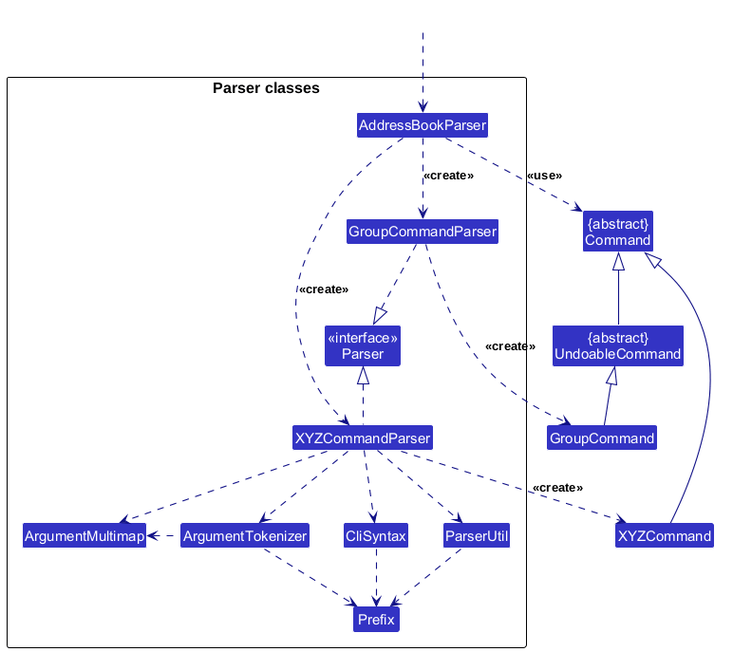
Above: docs/images/ParserClasses.png in AY2627S1-CS2103T-W11-3/tp (PlantUML), before the change. The source it was exported from:
```plantuml
@startuml
!include style.puml
skinparam arrowThickness 1.1
skinparam arrowColor LOGIC_COLOR_T4
skinparam classBackgroundColor LOGIC_COLOR

Class "{abstract}\nCommand" as Command
Class "{abstract}\nUndoableCommand" as UndoableCommand
Class XYZCommand
Class GroupCommand

package "Parser classes"{
Class "<<interface>>\nParser" as Parser
Class AddressBookParser
Class XYZCommandParser
Class GroupCommandParser
Class CliSyntax
Class ParserUtil
Class ArgumentMultimap
Class ArgumentTokenizer
Class Prefix
}

Class HiddenOutside #FFFFFF
HiddenOutside ..> AddressBookParser

AddressBookParser .down.> XYZCommandParser: <<create>>
AddressBookParser ..> GroupCommandParser : <<create>>

XYZCommandParser ..> XYZCommand : <<create>>
GroupCommandParser ..> GroupCommand : <<create>>
AddressBookParser ..> Command : <<use>>
XYZCommandParser .up.|> Parser
GroupCommandParser ..|> Parser
XYZCommandParser ..> ArgumentMultimap
XYZCommandParser ..> ArgumentTokenizer
ArgumentTokenizer .left.> ArgumentMultimap
XYZCommandParser ..> CliSyntax
CliSyntax ..> Prefix
XYZCommandParser ..> ParserUtil
ParserUtil .down.> Prefix
ArgumentTokenizer .down.> Prefix
XYZCommand -up-|> Command
UndoableCommand -up-|> Command
GroupCommand -up-|> UndoableCommand
@enduml
```
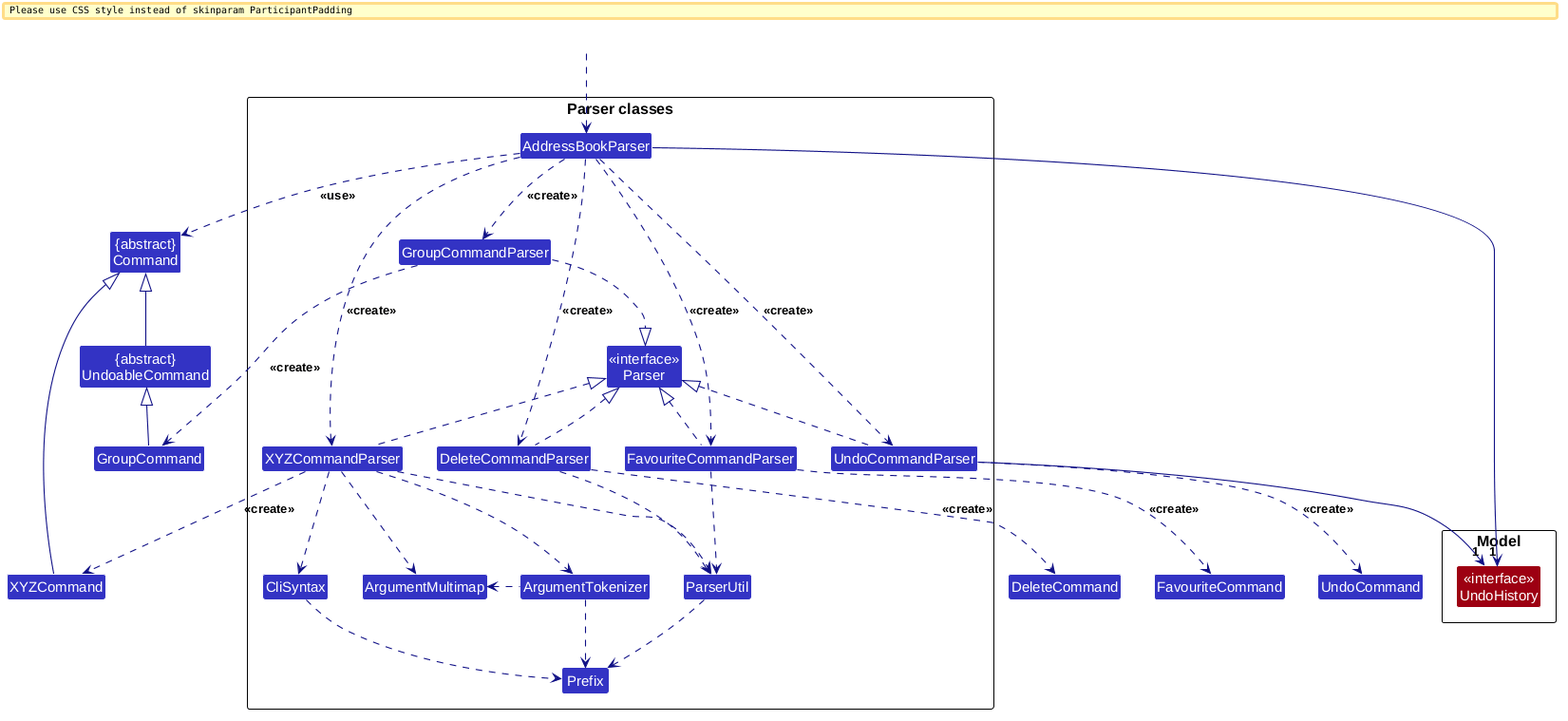
Above is the later version.

Change to the diagram source:
```diff
@@ -7,18 +7,28 @@
 Class "{abstract}\nCommand" as Command
 Class "{abstract}\nUndoableCommand" as UndoableCommand
 Class XYZCommand
+Class DeleteCommand
+Class FavouriteCommand
+Class UndoCommand
 Class GroupCommand
 
-package "Parser classes"{
+package "Parser classes" as ParserClasses {
 Class "<<interface>>\nParser" as Parser
 Class AddressBookParser
 Class XYZCommandParser
+Class DeleteCommandParser
+Class FavouriteCommandParser
+Class UndoCommandParser
 Class GroupCommandParser
 Class CliSyntax
 Class ParserUtil
 Class ArgumentMultimap
 Class ArgumentTokenizer
 Class Prefix
+}
+
+package Model {
+Class "<<interface>>\nUndoHistory" as UndoHistory MODEL_COLOR
 }
 
 Class HiddenOutside #FFFFFF
@@ -41,6 +51,20 @@
 ParserUtil .down.> Prefix
 ArgumentTokenizer .down.> Prefix
 XYZCommand -up-|> Command
+
+AddressBookParser .down.> DeleteCommandParser : <<create>>
+AddressBookParser .down.> FavouriteCommandParser : <<create>>
+AddressBookParser .down.> UndoCommandParser : <<create>>
+DeleteCommandParser .up.|> Parser
+FavouriteCommandParser .up.|> Parser
+UndoCommandParser .up.|> Parser
+DeleteCommandParser .down.> DeleteCommand : <<create>>
+FavouriteCommandParser .down.> FavouriteCommand : <<create>>
+UndoCommandParser .down.> UndoCommand : <<create>>
+DeleteCommandParser ..> ParserUtil
+FavouriteCommandParser ..> ParserUtil
+AddressBookParser --> "1" UndoHistory
+UndoCommandParser --> "1" UndoHistory
 UndoableCommand -up-|> Command
 GroupCommand -up-|> UndoableCommand
 @enduml
```
